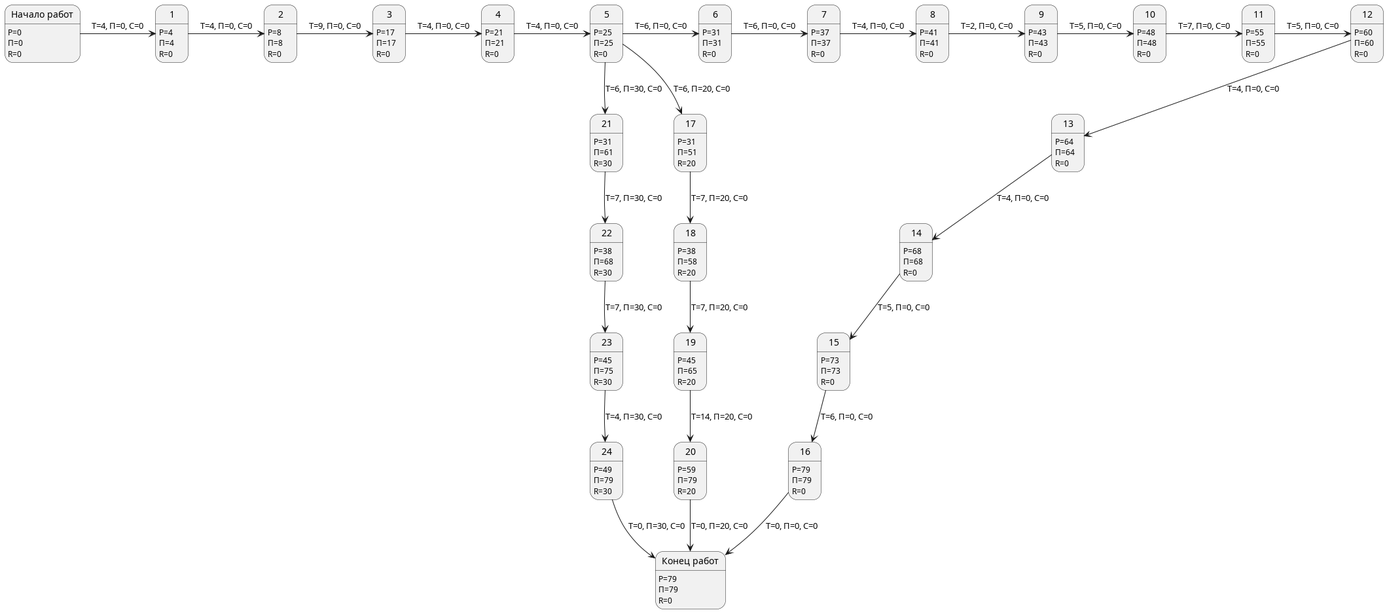
Earlier version of the PlantUML export docs/diagrams/img/ekonom/graph/Graph.png (mrypdm/JobSystem). Source of this version:
```plantuml
@startuml Graph

N0 -> N1 : T=4, П=0, С=0
N1 -> N2 : T=4, П=0, С=0
N2 -> N3 : T=9, П=0, С=0
N3 -> N4 : T=4, П=0, С=0
N4 -> N5 : T=4, П=0, С=0
N5 -> N6 : T=6, П=0, С=0
N6 -> N7 : T=6, П=0, С=0
N7 -> N8 : T=4, П=0, С=0
N8 -> N9 : T=2, П=0, С=0
N9 -> N10 : T=5, П=0, С=0
N10 -> N11 : T=7, П=0, С=0
N11 -> N12 : T=5, П=0, С=0
N12 --> N13 : T=4, П=0, С=0
N13 --> N14 : T=4, П=0, С=0
N14 --> N15 : T=5, П=0, С=0
N15 --> N16 : T=6, П=0, С=0
N16 --> N25 : T=0, П=0, С=0

N5 --> N21 : T=6, П=30, С=0
N21 --> N22 : T=7, П=30, С=0
N22 --> N23 : T=7, П=30, С=0
N23 --> N24 : T=4, П=30, С=0
N24 --> N25 : T=0, П=30, С=0

N5 --> N17 : T=6, П=20, С=0
N17 --> N18 : T=7, П=20, С=0
N18 --> N19 : T=7, П=20, С=0
N19 --> N20 : T=14, П=20, С=0
N20 --> N25 : T=0, П=20, С=0

state "Начало работ" as N0
N0 : Р=0
N0 : П=0
N0 : R=0

state "1" as N1
N1 : Р=4
N1 : П=4
N1 : R=0

state "2" as N2
N2 : Р=8
N2 : П=8
N2 : R=0

state "3" as N3
N3 : Р=17
N3 : П=17
N3 : R=0

state "4" as N4
N4 : Р=21
N4 : П=21
N4 : R=0

state "5" as N5
N5 : Р=25
N5 : П=25
N5 : R=0

state "6" as N6
N6 : Р=31
N6 : П=31
N6 : R=0

state "7" as N7
N7 : Р=37
N7 : П=37
N7 : R=0

state "8" as N8
N8 : Р=41
N8 : П=41
N8 : R=0

state "9" as N9
N9 : Р=43
N9 : П=43
N9 : R=0

state "10" as N10
N10 : Р=48
N10 : П=48
N10 : R=0

state "11" as N11
N11 : Р=55
N11 : П=55
N11 : R=0

state "12" as N12
N12 : Р=60
N12 : П=60
N12 : R=0

state "13" as N13
N13 : Р=64
N13 : П=64
N13 : R=0

state "14" as N14
N14 : Р=68
N14 : П=68
N14 : R=0

state "15" as N15
N15 : Р=73
N15 : П=73
N15 : R=0

state "16" as N16
N16 : Р=79
N16 : П=79
N16 : R=0

state "17" as N17
N17 : Р=31
N17 : П=51
N17 : R=20

state "18" as N18
N18 : Р=38
N18 : П=58
N18 : R=20

state "19" as N19
N19 : Р=45
N19 : П=65
N19 : R=20

state "20" as N20
N20 : Р=59
N20 : П=79
N20 : R=20

state "21" as N21
N21 : Р=31
N21 : П=61
N21 : R=30

state "22" as N22
N22 : Р=38
N22 : П=68
N22 : R=30

state "23" as N23
N23 : Р=45
N23 : П=75
N23 : R=30

state "24" as N24
N24 : Р=49
N24 : П=79
N24 : R=30

state "Конец работ" as N25
N25 : Р=79
N25 : П=79
N25 : R=0

@enduml
```
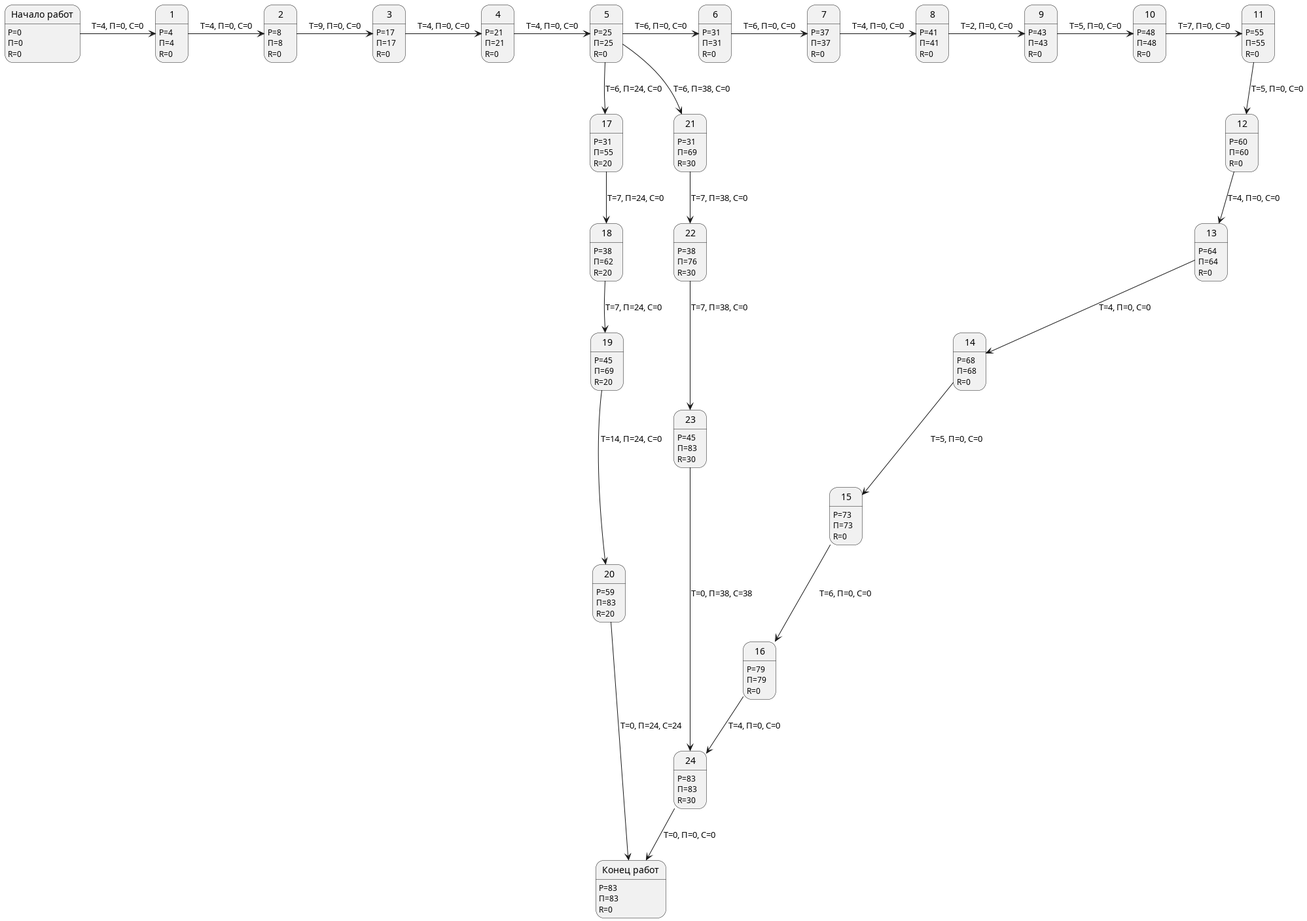
After the commit.

Commit message:
fix eco graph

Diff of the diagram source:
```diff
@@ -11,24 +11,24 @@
 N8 -> N9 : T=2, П=0, С=0
 N9 -> N10 : T=5, П=0, С=0
 N10 -> N11 : T=7, П=0, С=0
-N11 -> N12 : T=5, П=0, С=0
+N11 --> N12 : T=5, П=0, С=0
 N12 --> N13 : T=4, П=0, С=0
 N13 --> N14 : T=4, П=0, С=0
 N14 --> N15 : T=5, П=0, С=0
 N15 --> N16 : T=6, П=0, С=0
-N16 --> N25 : T=0, П=0, С=0
+N16 --> N24 : T=4, П=0, С=0
+N24 --> N25 : T=0, П=0, С=0
 
-N5 --> N21 : T=6, П=30, С=0
-N21 --> N22 : T=7, П=30, С=0
-N22 --> N23 : T=7, П=30, С=0
-N23 --> N24 : T=4, П=30, С=0
-N24 --> N25 : T=0, П=30, С=0
+N5 --> N21 : T=6, П=38, С=0
+N21 --> N22 : T=7, П=38, С=0
+N22 --> N23 : T=7, П=38, С=0
+N23 --> N24 : T=0, П=38, С=38
 
-N5 --> N17 : T=6, П=20, С=0
-N17 --> N18 : T=7, П=20, С=0
-N18 --> N19 : T=7, П=20, С=0
-N19 --> N20 : T=14, П=20, С=0
-N20 --> N25 : T=0, П=20, С=0
+N5 --> N17 : T=6, П=24, С=0
+N17 --> N18 : T=7, П=24, С=0
+N18 --> N19 : T=7, П=24, С=0
+N19 --> N20 : T=14, П=24, С=0
+N20 --> N25 : T=0, П=24, С=24
 
 state "Начало работ" as N0
 N0 : Р=0
@@ -117,47 +117,47 @@
 
 state "17" as N17
 N17 : Р=31
-N17 : П=51
+N17 : П=55
 N17 : R=20
 
 state "18" as N18
 N18 : Р=38
-N18 : П=58
+N18 : П=62
 N18 : R=20
 
 state "19" as N19
 N19 : Р=45
-N19 : П=65
+N19 : П=69
 N19 : R=20
 
 state "20" as N20
 N20 : Р=59
-N20 : П=79
+N20 : П=83
 N20 : R=20
 
 state "21" as N21
 N21 : Р=31
-N21 : П=61
+N21 : П=69
 N21 : R=30
 
 state "22" as N22
 N22 : Р=38
-N22 : П=68
+N22 : П=76
 N22 : R=30
 
 state "23" as N23
 N23 : Р=45
-N23 : П=75
+N23 : П=83
 N23 : R=30
 
 state "24" as N24
-N24 : Р=49
-N24 : П=79
+N24 : Р=83
+N24 : П=83
 N24 : R=30
 
 state "Конец работ" as N25
-N25 : Р=79
-N25 : П=79
+N25 : Р=83
+N25 : П=83
 N25 : R=0
 
 @enduml
```
